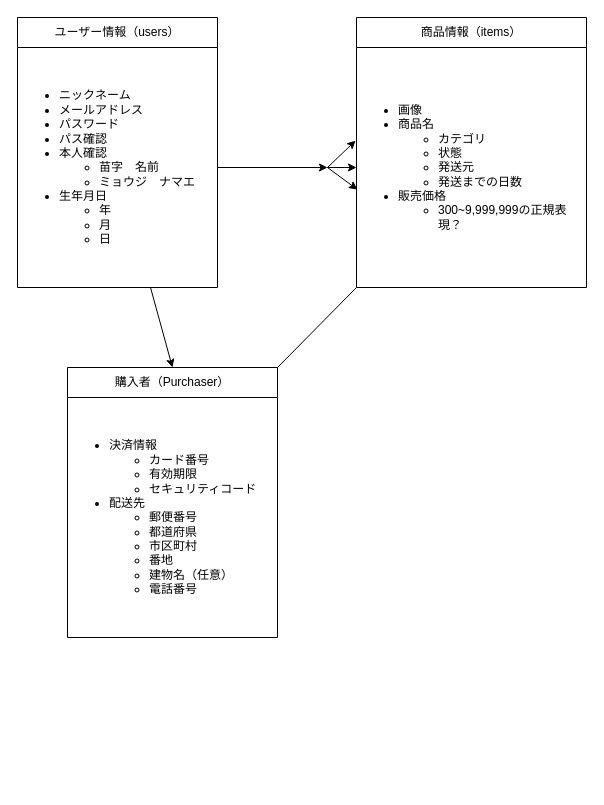
Above: furima.dio in HayateOhsawa/furima-41961 (draw.io), before the change. Source tidied: cells renumbered, new cells numbered last; positions are measured from the earlier drawing's top-left corner, leaving out a move shared by most shapes. Both pictures are drawn from the tidied source at 100%, with x=0, y=0 at pixel (17, 17).
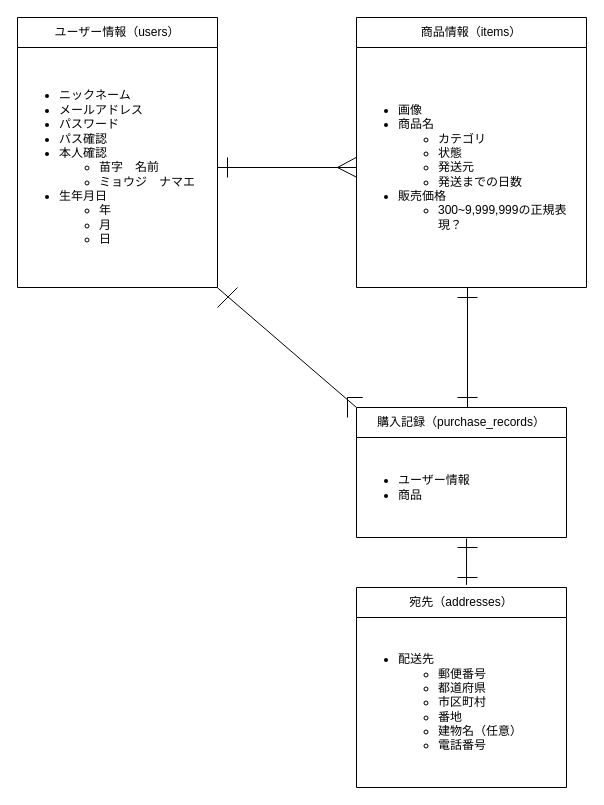
Above is the later version.

Commit message (it also covers changes not shown here):
データベース設計の修正

Unchanged cells that the change refers to:
```xml
<mxCell id="3" value="&lt;ul&gt;&lt;li&gt;ニックネーム&lt;/li&gt;&lt;li&gt;メールアドレス&lt;/li&gt;&lt;li&gt;パスワード&lt;/li&gt;&lt;li&gt;パス確認&lt;/li&gt;&lt;li&gt;本人確認&lt;br&gt;&lt;/li&gt;&lt;ul&gt;&lt;li&gt;苗字　名前&lt;/li&gt;&lt;li&gt;ミョウジ　ナマエ&lt;/li&gt;&lt;/ul&gt;&lt;li&gt;生年月日&lt;br&gt;&lt;/li&gt;&lt;ul&gt;&lt;li&gt;年&lt;/li&gt;&lt;li&gt;月&lt;/li&gt;&lt;li&gt;日&lt;/li&gt;&lt;/ul&gt;&lt;/ul&gt;" style="text;strokeColor=none;fillColor=none;html=1;whiteSpace=wrap;verticalAlign=middle;overflow=hidden;" parent="2" vertex="1">
  <mxGeometry y="30" width="200" height="240" as="geometry" />
</mxCell>
<mxCell id="5" value="&lt;ul&gt;&lt;li&gt;画像&lt;/li&gt;&lt;li&gt;商品名&lt;/li&gt;&lt;ul&gt;&lt;li&gt;カテゴリ&lt;/li&gt;&lt;li&gt;状態&lt;/li&gt;&lt;li&gt;&lt;span style=&quot;background-color: initial;&quot;&gt;発送元&lt;/span&gt;&lt;br&gt;&lt;/li&gt;&lt;li&gt;&lt;span style=&quot;background-color: initial;&quot;&gt;発送までの日数&lt;/span&gt;&lt;br&gt;&lt;/li&gt;&lt;/ul&gt;&lt;li&gt;販売価格&lt;/li&gt;&lt;ul&gt;&lt;li&gt;300~9,999,999の正規表現？&lt;/li&gt;&lt;/ul&gt;&lt;/ul&gt;" style="text;strokeColor=none;fillColor=none;html=1;whiteSpace=wrap;verticalAlign=middle;overflow=hidden;" parent="4" vertex="1">
  <mxGeometry y="30" width="230" height="240" as="geometry" />
</mxCell>
```

Change to the diagram source:
```diff
@@
-    <mxCell id="6" style="edgeStyle=none;html=1;entryX=0;entryY=0.5;entryDx=0;entryDy=0;" parent="1" edge="1" target="5">
-      <mxGeometry relative="1" as="geometry">
-        <mxPoint x="310" y="150" as="sourcePoint" />
-      </mxGeometry>
-    </mxCell>
-    <mxCell id="7" style="edgeStyle=none;html=1;entryX=0.004;entryY=0.592;entryDx=0;entryDy=0;entryPerimeter=0;" parent="1" edge="1" target="5">
-      <mxGeometry relative="1" as="geometry">
-        <mxPoint x="310" y="150" as="sourcePoint" />
-      </mxGeometry>
-    </mxCell>
-    <mxCell id="8" style="edgeStyle=none;html=1;entryX=-0.004;entryY=0.388;entryDx=0;entryDy=0;entryPerimeter=0;" parent="1" edge="1" target="5">
-      <mxGeometry relative="1" as="geometry">
-        <mxPoint x="310" y="150" as="sourcePoint" />
-      </mxGeometry>
-    </mxCell>
@@
-    <mxCell id="10" style="edgeStyle=none;html=1;exitX=1;exitY=0.5;exitDx=0;exitDy=0;" parent="1" edge="1" source="3">
-      <mxGeometry relative="1" as="geometry">
-        <mxPoint x="310" y="150" as="targetPoint" />
-      </mxGeometry>
-    </mxCell>
-    <mxCell id="11" value="購入者（Purchaser）" style="swimlane;fontStyle=0;horizontal=1;startSize=30;whiteSpace=wrap;html=1;" parent="1" vertex="1">
-      <mxGeometry x="50" y="350" width="210" height="270" as="geometry" />
+    <mxCell id="11" value="宛先（addresses）" style="swimlane;fontStyle=0;horizontal=1;startSize=30;whiteSpace=wrap;html=1;" parent="1" vertex="1">
+      <mxGeometry x="339" y="570" width="210" height="200" as="geometry" />
     </mxCell>
-    <mxCell id="12" value="&lt;ul&gt;&lt;li&gt;決済情報&lt;/li&gt;&lt;ul&gt;&lt;li&gt;カード番号&lt;/li&gt;&lt;li&gt;有効期限&lt;/li&gt;&lt;li&gt;セキュリティコード&lt;/li&gt;&lt;/ul&gt;&lt;li&gt;配送先&lt;/li&gt;&lt;ul&gt;&lt;li&gt;郵便番号&lt;/li&gt;&lt;li&gt;都道府県&lt;/li&gt;&lt;li&gt;市区町村&lt;/li&gt;&lt;li&gt;番地&lt;/li&gt;&lt;li&gt;建物名（任意）&lt;/li&gt;&lt;li&gt;電話番号&lt;/li&gt;&lt;/ul&gt;&lt;/ul&gt;" style="text;strokeColor=none;fillColor=none;html=1;whiteSpace=wrap;verticalAlign=middle;overflow=hidden;" parent="11" vertex="1">
-      <mxGeometry y="30" width="210" height="240" as="geometry" />
+    <mxCell id="12" value="&lt;ul&gt;&lt;li&gt;&lt;span style=&quot;background-color: initial;&quot;&gt;配送先&lt;/span&gt;&lt;br&gt;&lt;/li&gt;&lt;ul&gt;&lt;li&gt;郵便番号&lt;/li&gt;&lt;li&gt;都道府県&lt;/li&gt;&lt;li&gt;市区町村&lt;/li&gt;&lt;li&gt;番地&lt;/li&gt;&lt;li&gt;建物名（任意）&lt;/li&gt;&lt;li&gt;電話番号&lt;/li&gt;&lt;/ul&gt;&lt;/ul&gt;" style="text;strokeColor=none;fillColor=none;html=1;whiteSpace=wrap;verticalAlign=middle;overflow=hidden;" parent="11" vertex="1">
+      <mxGeometry y="30" width="210" height="170" as="geometry" />
     </mxCell>
-    <mxCell id="13" style="edgeStyle=none;html=1;entryX=0.5;entryY=0;entryDx=0;entryDy=0;" parent="1" edge="1" source="3" target="11">
-      <mxGeometry relative="1" as="geometry" />
-    </mxCell>
-    <mxCell id="14" style="endArrow=none;html=1;exitX=1;exitY=0;exitDx=0;exitDy=0;entryX=0;entryY=1;entryDx=0;entryDy=0;" parent="1" edge="1" source="11" target="5">
-      <mxGeometry relative="1" as="geometry" />
-    </mxCell>
+    <mxCell id="15" value="購入記録（purchase_records）" style="swimlane;fontStyle=0;horizontal=1;startSize=30;whiteSpace=wrap;html=1;" parent="1" vertex="1">
+      <mxGeometry x="339" y="390" width="210" height="130" as="geometry" />
+    </mxCell>
+    <mxCell id="16" value="&lt;ul&gt;&lt;li&gt;ユーザー情報&lt;/li&gt;&lt;li&gt;商品&lt;/li&gt;&lt;/ul&gt;" style="text;strokeColor=none;fillColor=none;html=1;whiteSpace=wrap;verticalAlign=middle;overflow=hidden;" parent="15" vertex="1">
+      <mxGeometry y="30" width="210" height="100" as="geometry" />
+    </mxCell>
+    <mxCell id="17" style="endArrow=none;html=1;exitX=1;exitY=0.5;exitDx=0;exitDy=0;entryX=0;entryY=0.5;entryDx=0;entryDy=0;" parent="1" edge="1" source="3" target="5">
+      <mxGeometry relative="1" as="geometry" />
+    </mxCell>
+    <mxCell id="18" style="endArrow=none;html=1;" parent="1" edge="1">
+      <mxGeometry relative="1" as="geometry">
+        <mxPoint x="210" y="160" as="sourcePoint" />
+        <mxPoint x="210" y="140" as="targetPoint" />
+      </mxGeometry>
+    </mxCell>
+    <mxCell id="19" style="endArrow=none;html=1;entryX=0.001;entryY=0.457;entryDx=0;entryDy=0;entryPerimeter=0;" parent="1" edge="1" target="5">
+      <mxGeometry relative="1" as="geometry">
+        <mxPoint x="320" y="150" as="sourcePoint" />
+      </mxGeometry>
+    </mxCell>
+    <mxCell id="20" style="endArrow=none;html=1;exitX=-0.001;exitY=0.54;exitDx=0;exitDy=0;exitPerimeter=0;" parent="1" edge="1" source="5">
+      <mxGeometry relative="1" as="geometry">
+        <mxPoint x="320" y="150" as="targetPoint" />
+      </mxGeometry>
+    </mxCell>
+    <mxCell id="21" style="edgeStyle=none;html=1;exitX=1;exitY=0.5;exitDx=0;exitDy=0;" parent="1" edge="1">
+      <mxGeometry relative="1" as="geometry">
+        <mxPoint x="200" y="270.3" as="sourcePoint" />
+        <mxPoint x="200" y="270.3" as="targetPoint" />
+      </mxGeometry>
+    </mxCell>
+    <mxCell id="22" style="endArrow=none;html=1;exitX=1;exitY=0.5;exitDx=0;exitDy=0;entryX=0;entryY=0;entryDx=0;entryDy=0;" parent="1" edge="1" target="15">
+      <mxGeometry relative="1" as="geometry">
+        <mxPoint x="200" y="270.3" as="sourcePoint" />
+      </mxGeometry>
+    </mxCell>
+    <mxCell id="23" style="endArrow=none;html=1;" parent="1" edge="1">
+      <mxGeometry relative="1" as="geometry">
+        <mxPoint x="200" y="290" as="sourcePoint" />
+        <mxPoint x="220" y="270" as="targetPoint" />
+      </mxGeometry>
+    </mxCell>
+    <mxCell id="24" style="endArrow=none;html=1;" parent="1" edge="1">
+      <mxGeometry relative="1" as="geometry">
+        <mxPoint x="330" y="400" as="sourcePoint" />
+        <mxPoint x="330" y="380" as="targetPoint" />
+      </mxGeometry>
+    </mxCell>
+    <mxCell id="25" style="endArrow=none;html=1;" parent="1" edge="1">
+      <mxGeometry relative="1" as="geometry">
+        <mxPoint x="330" y="380" as="sourcePoint" />
+        <mxPoint x="330" y="380" as="targetPoint" />
+        <Array as="points">
+          <mxPoint x="350" y="380" />
+        </Array>
+      </mxGeometry>
+    </mxCell>
+    <mxCell id="26" style="endArrow=none;html=1;entryX=0.5;entryY=1;entryDx=0;entryDy=0;" parent="1" edge="1">
+      <mxGeometry relative="1" as="geometry">
+        <mxPoint x="450" y="390" as="sourcePoint" />
+        <mxPoint x="450" y="270" as="targetPoint" />
+      </mxGeometry>
+    </mxCell>
+    <mxCell id="27" style="endArrow=none;html=1;" parent="1" edge="1">
+      <mxGeometry relative="1" as="geometry">
+        <mxPoint x="440" y="280" as="sourcePoint" />
+        <mxPoint x="460" y="280" as="targetPoint" />
+      </mxGeometry>
+    </mxCell>
+    <mxCell id="28" style="endArrow=none;html=1;" parent="1" edge="1">
+      <mxGeometry relative="1" as="geometry">
+        <mxPoint x="440" y="380" as="sourcePoint" />
+        <mxPoint x="460" y="380" as="targetPoint" />
+      </mxGeometry>
+    </mxCell>
+    <mxCell id="29" style="endArrow=none;html=1;entryX=0.524;entryY=1.01;entryDx=0;entryDy=0;exitX=0.524;exitY=-0.013;exitDx=0;exitDy=0;exitPerimeter=0;entryPerimeter=0;" parent="1" edge="1" source="11" target="16">
+      <mxGeometry relative="1" as="geometry" />
+    </mxCell>
+    <mxCell id="30" style="endArrow=none;html=1;" parent="1" edge="1">
+      <mxGeometry relative="1" as="geometry">
+        <mxPoint x="440" y="530" as="sourcePoint" />
+        <mxPoint x="460" y="530" as="targetPoint" />
+      </mxGeometry>
+    </mxCell>
+    <mxCell id="31" style="endArrow=none;html=1;" parent="1" edge="1">
+      <mxGeometry relative="1" as="geometry">
+        <mxPoint x="440" y="560" as="sourcePoint" />
+        <mxPoint x="460" y="560" as="targetPoint" />
+      </mxGeometry>
+    </mxCell>
```
